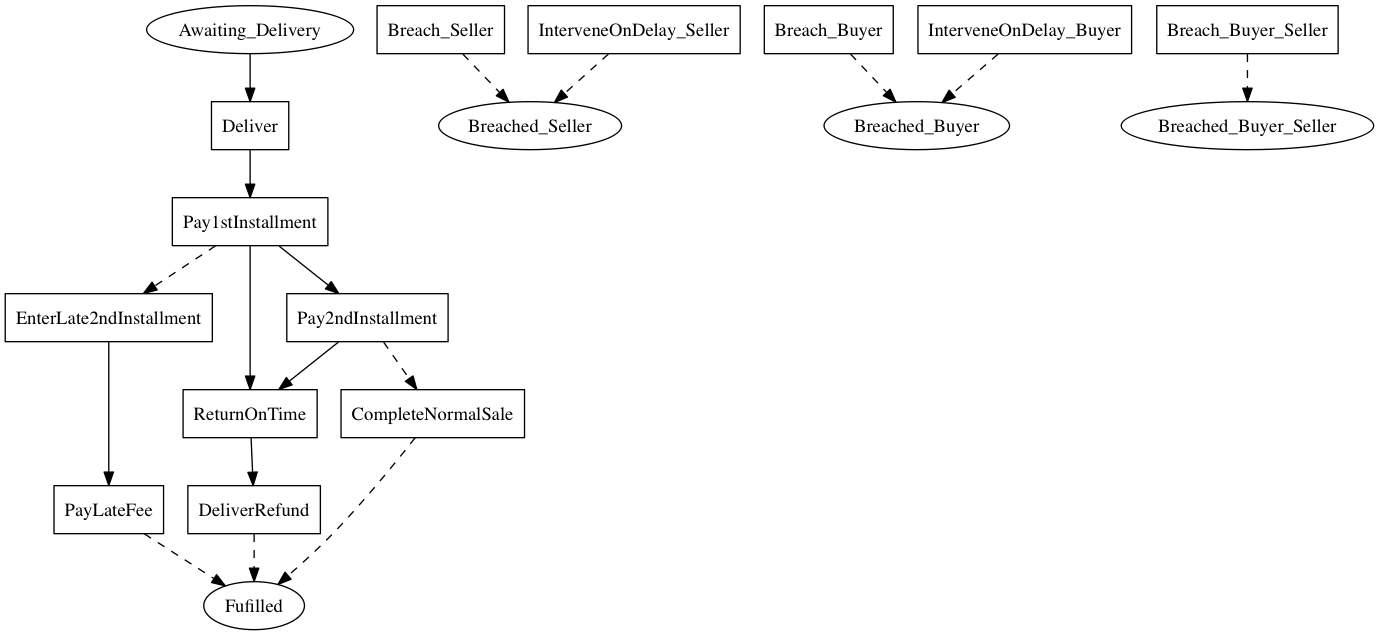
This is linear_state_machine_language/pyL4/examples/out_graphviz/from_academic_lit/hvitved_printer.png from Marcao02/complaw-deeptech, a Graphviz export, as it was before one commit. Its source is kept beside it as linear_state_machine_language/pyL4/examples/out_graphviz/from_academic_lit/hvitved_printer.dot.
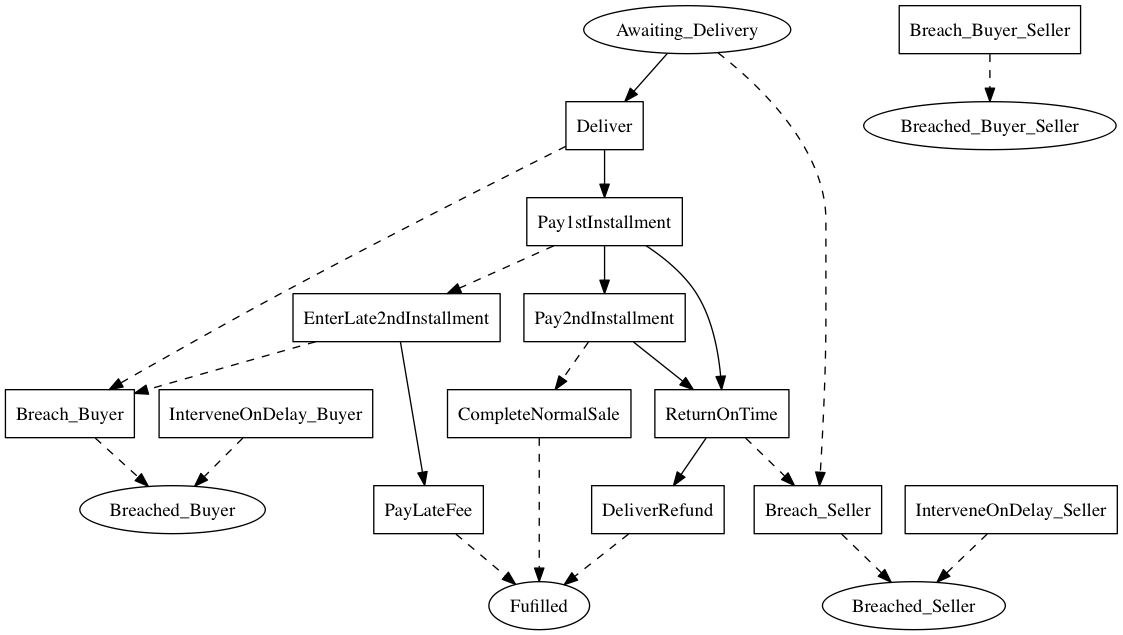
After the change.

Diff of the diagram source:
```diff
@@ -24,14 +24,18 @@
 
 
     Awaiting_Delivery -> Deliver;
+	Awaiting_Delivery -> Breach_Seller [style=dashed];
 	Deliver -> Pay1stInstallment;
+	Deliver -> Breach_Buyer [style=dashed];
 	Pay1stInstallment -> Pay2ndInstallment;
 	Pay1stInstallment -> ReturnOnTime;
 	Pay1stInstallment -> EnterLate2ndInstallment [style=dashed];
 	EnterLate2ndInstallment -> PayLateFee;
+	EnterLate2ndInstallment -> Breach_Buyer [style=dashed];
 	Pay2ndInstallment -> ReturnOnTime;
 	Pay2ndInstallment -> CompleteNormalSale [style=dashed];
-	ReturnOnTime -> DeliverRefund
+	ReturnOnTime -> DeliverRefund;
+	ReturnOnTime -> Breach_Seller [style=dashed]
 
     PayLateFee -> Fulfilled [style=dashed];
 	CompleteNormalSale -> Fulfilled [style=dashed];
```
